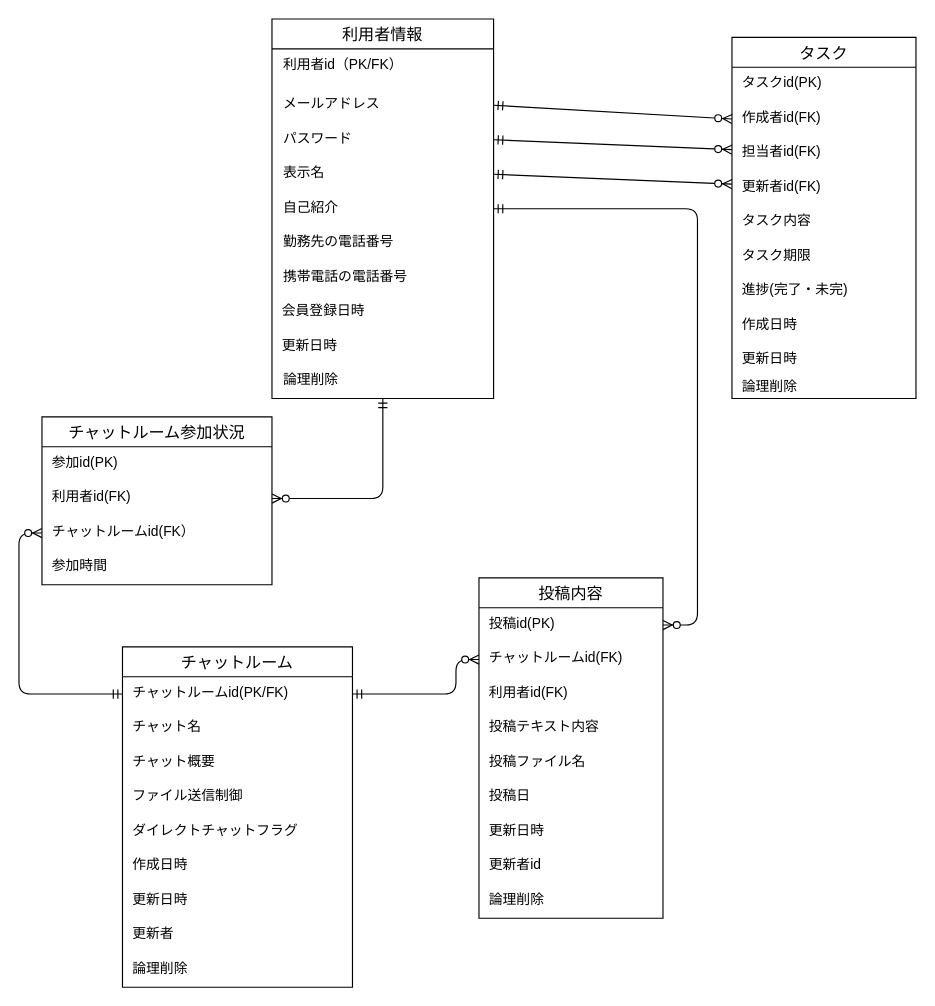
ytaka0407/quelcode-db keeps this draw.io diagram as db/db-challenge1/チャットルームER図.drawio. Above is the earlier version. Source tidied: cells renumbered, new cells numbered last; positions are measured from the earlier drawing's top-left corner, leaving out a move shared by most shapes. Both pictures are drawn from the tidied source at 115%, with x=0, y=0 at pixel (18, 18).
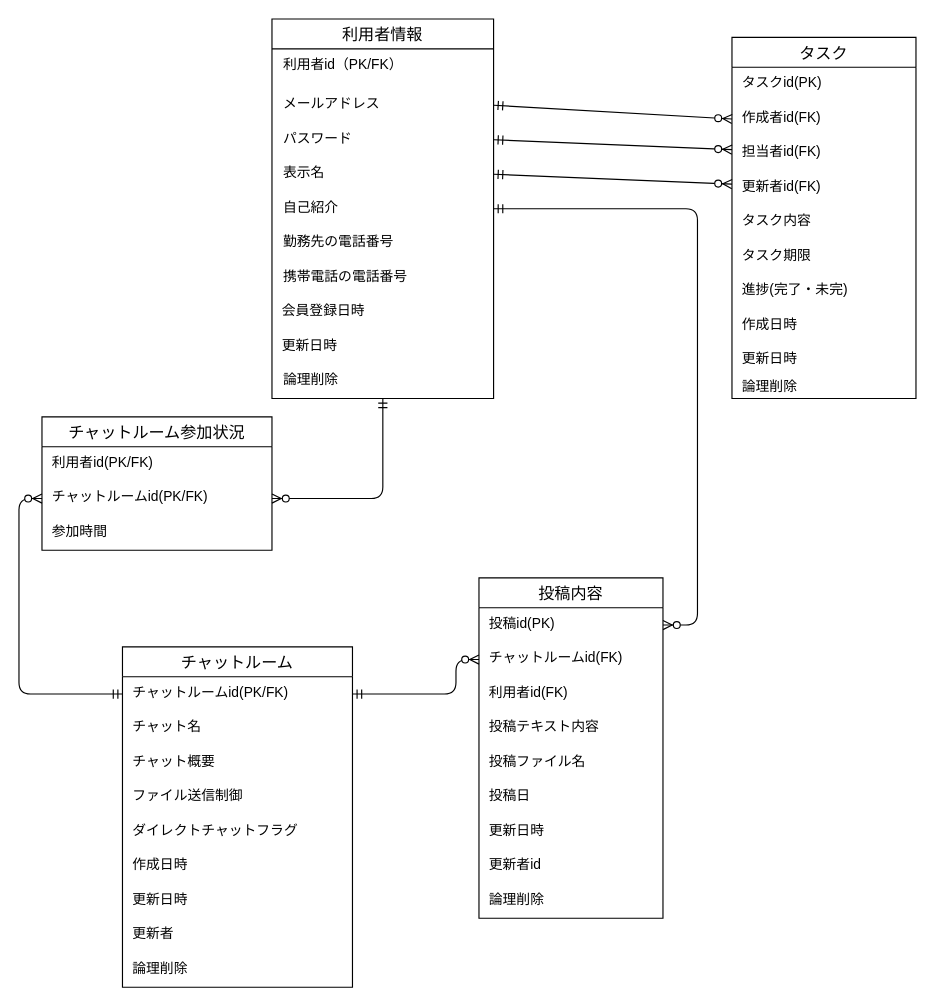
After the change.

Commit message:
チャットルーム参加状況の参加id(連番)を削除。利用者id+チャットルームidで複合主キーとする。

The change refers to these unchanged cells:
```xml
<mxCell id="30" value="論理削除" style="text;strokeColor=none;fillColor=none;spacingLeft=8;spacingRight=0;overflow=hidden;points=[[0,0.5],[1,0.5]];portConstraint=eastwest;fontSize=12;" parent="20" vertex="1">
  <mxGeometry y="300" width="192.7" height="30" as="geometry" />
</mxCell>
<mxCell id="32" value="チャットルームid(PK/FK)" style="text;strokeColor=none;fillColor=none;spacingLeft=7;spacingRight=4;overflow=hidden;points=[[0,0.5],[1,0.5]];portConstraint=eastwest;fontSize=12;" parent="31" vertex="1">
  <mxGeometry y="26" width="200" height="30" as="geometry" />
</mxCell>
```

The edit, as a diff of the source:
```diff
@@
-    <mxCell id="2" style="edgeStyle=orthogonalEdgeStyle;fontSize=12;html=1;endArrow=ERzeroToMany;startArrow=ERmandOne;" parent="1" edge="1" source="30" target="53">
+    <mxCell id="2" style="edgeStyle=orthogonalEdgeStyle;fontSize=12;html=1;endArrow=ERzeroToMany;startArrow=ERmandOne;entryX=1;entryY=0.5;entryDx=0;entryDy=0;" parent="1" edge="1" source="30" target="54">
       <mxGeometry relative="1" as="geometry">
         <Array as="points">
           <mxPoint x="316" y="417" />
         </Array>
       </mxGeometry>
     </mxCell>
     <mxCell id="3" style="edgeStyle=orthogonalEdgeStyle;fontSize=12;html=1;endArrow=ERzeroToMany;startArrow=ERmandOne;exitX=0;exitY=0.5;exitDx=0;exitDy=0;entryX=0;entryY=0.5;entryDx=0;entryDy=0;" parent="1" edge="1" source="32" target="54">
       <mxGeometry relative="1" as="geometry">
         <Array as="points">
           <mxPoint y="587" />
-          <mxPoint y="447" />
+          <mxPoint y="417" />
         </Array>
       </mxGeometry>
     </mxCell>
@@
     <mxCell id="51" value="チャットルーム参加状況" style="swimlane;fontStyle=0;horizontal=1;startSize=26;align=center;fontSize=14;" parent="1" vertex="1">
-      <mxGeometry x="20" y="346" width="200" height="146" as="geometry" />
+      <mxGeometry x="20" y="346" width="200" height="116" as="geometry" />
     </mxCell>
-    <mxCell id="52" value="参加id(PK)" style="text;strokeColor=none;fillColor=none;spacingLeft=7;spacingRight=4;overflow=hidden;fontSize=12;" parent="51" vertex="1">
-      <mxGeometry y="26" width="200" height="30" as="geometry" />
-    </mxCell>
-    <mxCell id="53" value="利用者id(FK)" style="text;strokeColor=none;fillColor=none;spacingLeft=7;spacingRight=4;overflow=hidden;points=[[0,0.5],[1,0.5]];portConstraint=eastwest;fontSize=12;" parent="51" vertex="1">
-      <mxGeometry y="56" width="200" height="30" as="geometry" />
+    <mxCell id="53" value="利用者id(PK/FK)" style="text;strokeColor=none;fillColor=none;spacingLeft=7;spacingRight=4;overflow=hidden;points=[[0,0.5],[1,0.5]];portConstraint=eastwest;fontSize=12;" parent="51" vertex="1">
+      <mxGeometry y="26" width="200" height="30" as="geometry" />
     </mxCell>
-    <mxCell id="54" value="チャットルームid(FK）" style="text;strokeColor=none;fillColor=none;spacingLeft=7;spacingRight=4;overflow=hidden;points=[[0,0.5],[1,0.5]];portConstraint=eastwest;fontSize=12;" parent="51" vertex="1">
-      <mxGeometry y="86" width="200" height="30" as="geometry" />
+    <mxCell id="54" value="チャットルームid(PK/FK)" style="text;strokeColor=none;fillColor=none;spacingLeft=7;spacingRight=4;overflow=hidden;points=[[0,0.5],[1,0.5]];portConstraint=eastwest;fontSize=12;" parent="51" vertex="1">
+      <mxGeometry y="56" width="200" height="30" as="geometry" />
     </mxCell>
     <mxCell id="55" value="参加時間" style="text;strokeColor=none;fillColor=none;spacingLeft=7;spacingRight=4;overflow=hidden;fontSize=12;" parent="51" vertex="1">
-      <mxGeometry y="116" width="200" height="30" as="geometry" />
+      <mxGeometry y="86" width="200" height="30" as="geometry" />
     </mxCell>
```
